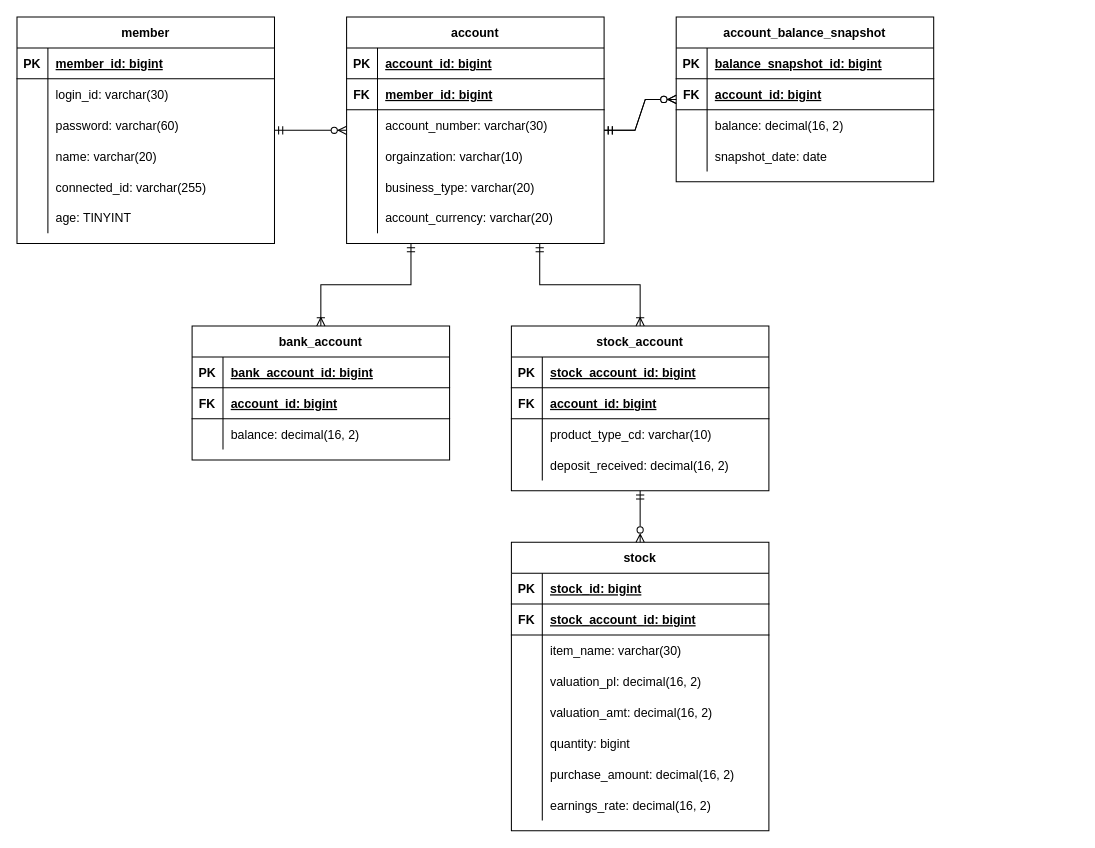
The draw.io diagram ER다이어그램(자산관리앱).drawio in GunwooJo/AssetManagement, before the edit. Source tidied: cells renumbered, new cells numbered last; positions are measured from the earlier drawing's top-left corner, leaving out a move shared by most shapes. Both pictures are drawn from the tidied source at 103%, with x=0, y=0 at pixel (16, 16).
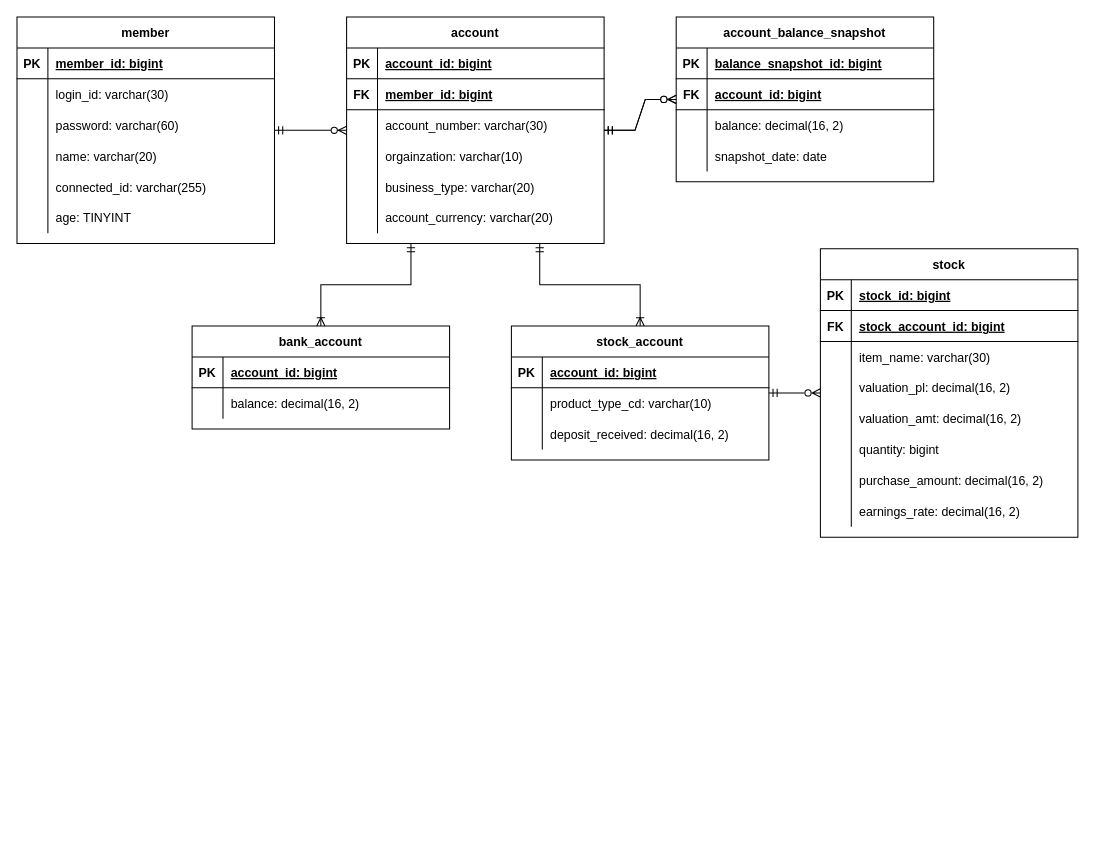
Above is the later version.

Commit message:
bank_account, stock_account, stock 수정

The change refers to these unchanged cells:
```xml
<mxCell id="57" style="shape=partialRectangle;fillColor=none;top=0;left=0;right=0;bottom=1;" parent="56" vertex="1">
  <mxGeometry y="30" width="250" height="30" as="geometry" />
</mxCell>
<mxCell id="68" style="shape=partialRectangle;fillColor=none;top=0;left=0;right=0;bottom=1;" parent="67" vertex="1">
  <mxGeometry y="30" width="250" height="30" as="geometry" />
</mxCell>
```

What changed in the source:
```diff
@@
     <mxCell id="56" value="bank_account" style="shape=table;startSize=30;childLayout=tableLayout;rowLines=0;fontStyle=1;align=center;" parent="1" vertex="1">
-      <mxGeometry x="170" y="300" width="250" height="130" as="geometry" />
+      <mxGeometry x="170" y="300" width="250" height="100" as="geometry" />
     </mxCell>
@@
-    <mxCell id="59" value="bank_account_id: bigint" style="shape=partialRectangle;overflow=hidden;fillColor=none;top=0;left=0;bottom=0;right=0;align=left;spacingLeft=6;fontStyle=5;" parent="57" vertex="1">
+    <mxCell id="59" value="account_id: bigint" style="shape=partialRectangle;overflow=hidden;fillColor=none;top=0;left=0;bottom=0;right=0;align=left;spacingLeft=6;fontStyle=5;" parent="57" vertex="1">
       <mxGeometry x="30" width="220" height="30" as="geometry" />
     </mxCell>
-    <mxCell id="60" style="shape=partialRectangle;fillColor=none;top=0;left=0;right=0;bottom=1;" parent="56" vertex="1">
-      <mxGeometry y="60" width="250" height="30" as="geometry" />
-    </mxCell>
-    <mxCell id="61" value="FK" style="shape=partialRectangle;overflow=hidden;fillColor=none;top=0;left=0;bottom=0;right=0;fontStyle=1;" parent="60" vertex="1">
-      <mxGeometry width="30" height="30" as="geometry" />
-    </mxCell>
-    <mxCell id="62" value="account_id: bigint" style="shape=partialRectangle;overflow=hidden;fillColor=none;top=0;left=0;bottom=0;right=0;align=left;spacingLeft=6;fontStyle=5;" parent="60" vertex="1">
-      <mxGeometry x="30" width="220" height="30" as="geometry" />
-    </mxCell>
     <mxCell id="63" style="shape=partialRectangle;fillColor=none;top=0;left=0;right=0;bottom=0;" parent="56" vertex="1">
-      <mxGeometry y="90" width="250" height="30" as="geometry" />
+      <mxGeometry y="60" width="250" height="30" as="geometry" />
     </mxCell>
@@
     <mxCell id="67" value="stock_account" style="shape=table;startSize=30;childLayout=tableLayout;rowLines=0;fontStyle=1;align=center;" parent="1" vertex="1">
-      <mxGeometry x="480" y="300" width="250" height="160" as="geometry" />
+      <mxGeometry x="480" y="300" width="250" height="130" as="geometry" />
     </mxCell>
@@
-    <mxCell id="70" value="stock_account_id: bigint" style="shape=partialRectangle;overflow=hidden;fillColor=none;top=0;left=0;bottom=0;right=0;align=left;spacingLeft=6;fontStyle=5;" parent="68" vertex="1">
+    <mxCell id="70" value="account_id: bigint" style="shape=partialRectangle;overflow=hidden;fillColor=none;top=0;left=0;bottom=0;right=0;align=left;spacingLeft=6;fontStyle=5;" parent="68" vertex="1">
       <mxGeometry x="30" width="220" height="30" as="geometry" />
     </mxCell>
-    <mxCell id="71" style="shape=partialRectangle;fillColor=none;top=0;left=0;right=0;bottom=1;" parent="67" vertex="1">
-      <mxGeometry y="60" width="250" height="30" as="geometry" />
-    </mxCell>
-    <mxCell id="72" value="FK" style="shape=partialRectangle;overflow=hidden;fillColor=none;top=0;left=0;bottom=0;right=0;fontStyle=1;" parent="71" vertex="1">
-      <mxGeometry width="30" height="30" as="geometry" />
-    </mxCell>
-    <mxCell id="73" value="account_id: bigint" style="shape=partialRectangle;overflow=hidden;fillColor=none;top=0;left=0;bottom=0;right=0;align=left;spacingLeft=6;fontStyle=5;" parent="71" vertex="1">
-      <mxGeometry x="30" width="220" height="30" as="geometry" />
-    </mxCell>
     <mxCell id="74" style="shape=partialRectangle;fillColor=none;top=0;left=0;right=0;bottom=0;" parent="67" vertex="1">
-      <mxGeometry y="90" width="250" height="30" as="geometry" />
+      <mxGeometry y="60" width="250" height="30" as="geometry" />
     </mxCell>
@@
     <mxCell id="77" style="shape=partialRectangle;fillColor=none;top=0;left=0;right=0;bottom=0;" parent="67" vertex="1">
-      <mxGeometry y="120" width="250" height="30" as="geometry" />
+      <mxGeometry y="90" width="250" height="30" as="geometry" />
     </mxCell>
@@
     <mxCell id="81" value="stock" style="shape=table;startSize=30;childLayout=tableLayout;rowLines=0;fontStyle=1;align=center;" parent="1" vertex="1">
-      <mxGeometry x="480" y="510" width="250" height="280" as="geometry" />
+      <mxGeometry x="780" y="225" width="250" height="280" as="geometry" />
     </mxCell>
@@
-    <mxCell id="106" style="fontSize=12;html=1;endArrow=ERzeroToMany;startArrow=ERmandOne;rounded=0;exitX=0.5;exitY=1;exitDx=0;exitDy=0;edgeStyle=orthogonalEdgeStyle;endFill=0;" parent="1" edge="1" source="67" target="81">
+    <mxCell id="106" style="fontSize=12;html=1;endArrow=ERzeroToMany;startArrow=ERmandOne;rounded=0;edgeStyle=entityRelationEdgeStyle;endFill=0;" parent="1" edge="1" source="67" target="81">
       <mxGeometry relative="1" as="geometry" />
     </mxCell>
```
